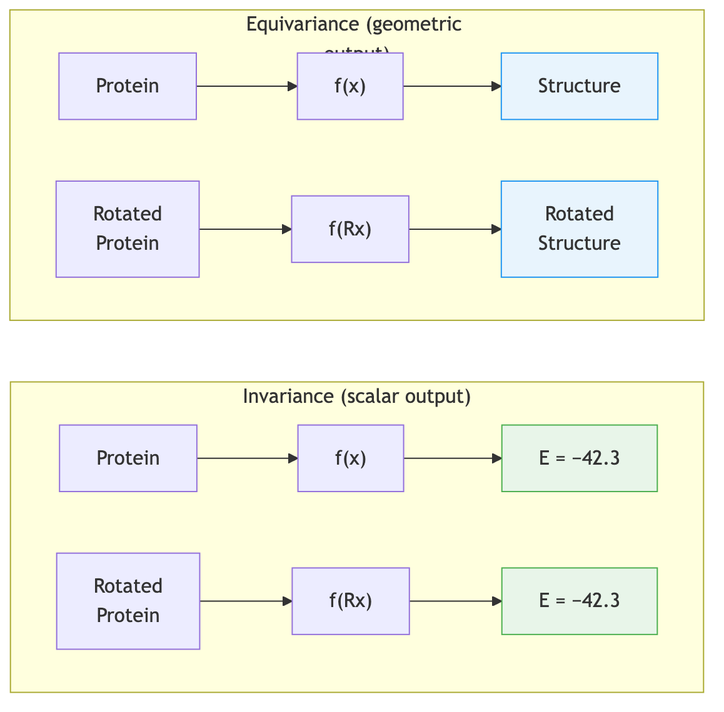
sungsoo-ahn/sungsoo-ahn.github.io keeps this Mermaid diagram as assets/img/teaching/protein-ai/mermaid/s26-08-rfdiffusion_diagram_0.png. Above is the earlier version. Its source is kept beside it as assets/img/teaching/protein-ai/mermaid/s26-08-rfdiffusion_diagram_0.mmd. Source of this version:
```mermaid
flowchart LR
    subgraph Invariant["Invariance (scalar output)"]
        direction LR
        P1["Protein"] --> F1["f(x)"] --> S1["E = −42.3"]
        RP1["Rotated<br/>Protein"] --> RF1["f(Rx)"] --> RS1["E = −42.3"]
    end

    subgraph Equivariant["Equivariance (geometric output)"]
        direction LR
        P2["Protein"] --> F2["f(x)"] --> S2["Structure"]
        RP2["Rotated<br/>Protein"] --> RF2["f(Rx)"] --> RS2["Rotated<br/>Structure"]
    end

    style S1 fill:#e8f5e9,stroke:#4CAF50
    style RS1 fill:#e8f5e9,stroke:#4CAF50
    style S2 fill:#e8f4fd,stroke:#2196F3
    style RS2 fill:#e8f4fd,stroke:#2196F3
```
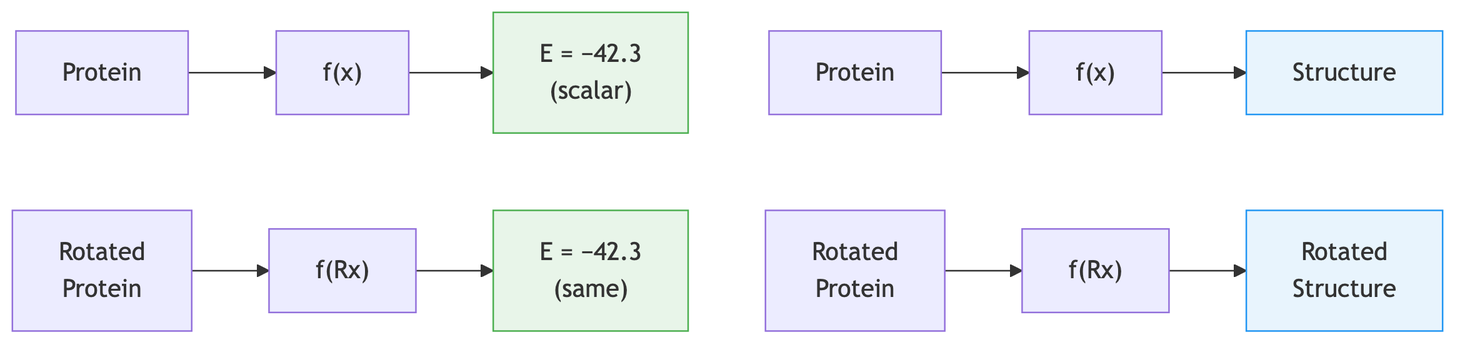
The same diagram one commit later.

Diff of the diagram source:
```diff
@@ -1,15 +1,10 @@
 flowchart LR
-    subgraph Invariant["Invariance (scalar output)"]
-        direction LR
-        P1["Protein"] --> F1["f(x)"] --> S1["E = −42.3"]
-        RP1["Rotated<br/>Protein"] --> RF1["f(Rx)"] --> RS1["E = −42.3"]
-    end
-
-    subgraph Equivariant["Equivariance (geometric output)"]
-        direction LR
-        P2["Protein"] --> F2["f(x)"] --> S2["Structure"]
-        RP2["Rotated<br/>Protein"] --> RF2["f(Rx)"] --> RS2["Rotated<br/>Structure"]
-    end
+    P1["Protein"] --> F1["f(x)"] --> S1["E = −42.3<br/>(scalar)"]
+    RP1["Rotated<br/>Protein"] --> RF1["f(Rx)"] --> RS1["E = −42.3<br/>(same)"]
+    S1 ~~~ P2
+    RS1 ~~~ RP2
+    P2["Protein"] --> F2["f(x)"] --> S2["Structure"]
+    RP2["Rotated<br/>Protein"] --> RF2["f(Rx)"] --> RS2["Rotated<br/>Structure"]
 
     style S1 fill:#e8f5e9,stroke:#4CAF50
     style RS1 fill:#e8f5e9,stroke:#4CAF50
```
